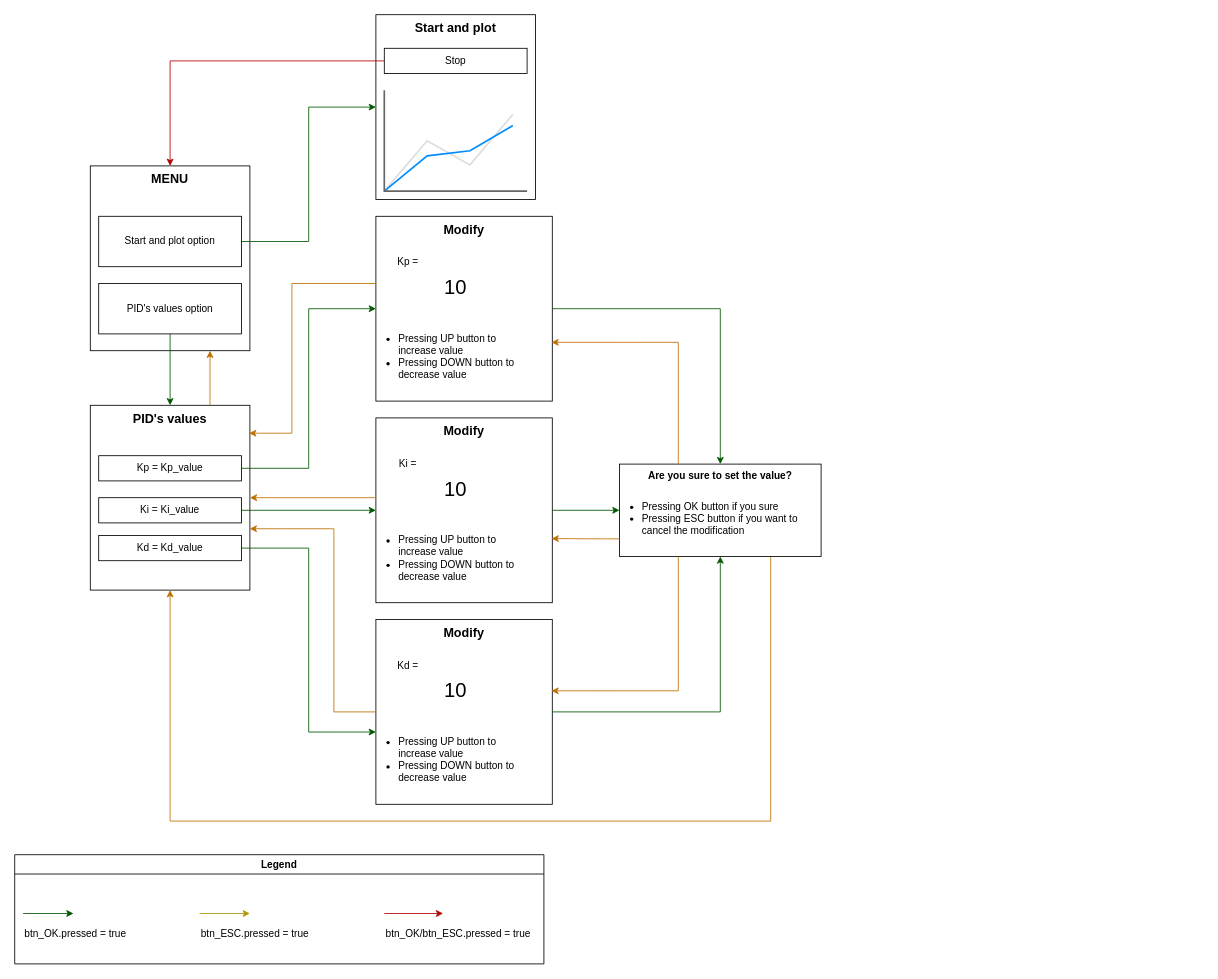
Earlier version of the draw.io diagram page "UI tree" (2 of 3) of diagrams/SBR_blockDiagram.drawio (Vinh1222001/Self_balancing_Robot). Source tidied: cells renumbered, new cells numbered last; positions are measured from the earlier drawing's top-left corner, leaving out a move shared by most shapes. Both pictures are drawn from the tidied source at 84%, with x=0, y=0 at pixel (14, 14).
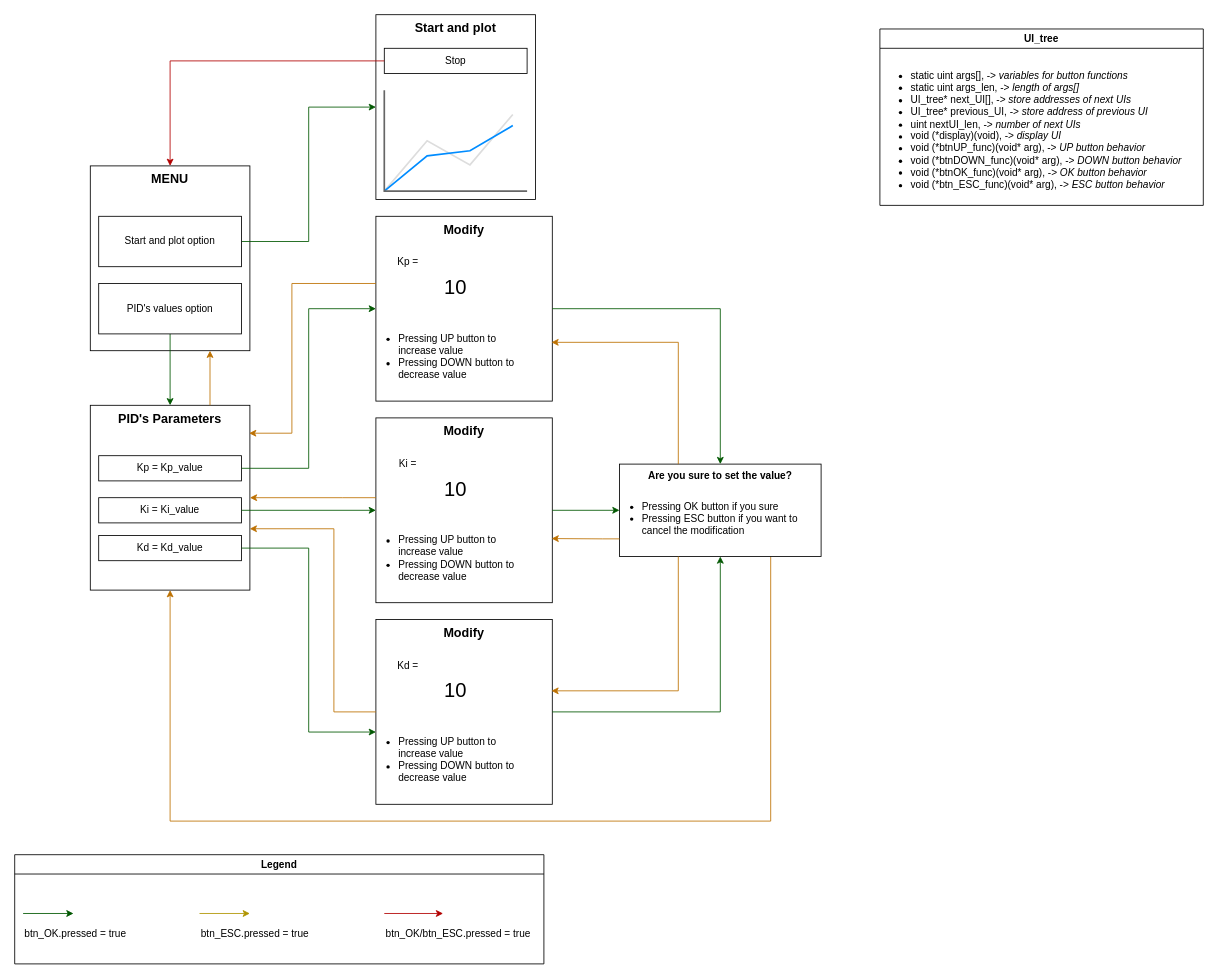
The same page after the edit.

Unchanged cells that the change refers to:
```xml
<mxCell id="7" style="group;" parent="1" vertex="1">
  <mxGeometry x="90" y="465" width="190" height="220" as="geometry" />
</mxCell>
```

What changed in the source:
```diff
@@
-    <mxCell id="8" value="&lt;span style=&quot;font-size: 15px;&quot;&gt;&lt;b&gt;PID's values&lt;/b&gt;&lt;/span&gt;" style="rounded=0;whiteSpace=wrap;html=1;verticalAlign=top;" parent="7" vertex="1">
+    <mxCell id="8" value="&lt;span style=&quot;font-size: 15px;&quot;&gt;&lt;b&gt;PID's Parameters&lt;/b&gt;&lt;/span&gt;" style="rounded=0;whiteSpace=wrap;html=1;verticalAlign=top;" parent="7" vertex="1">
       <mxGeometry width="190" height="220" as="geometry" />
     </mxCell>
@@
+    <mxCell id="55" value="UI_tree" style="swimlane;whiteSpace=wrap;html=1;" parent="1" vertex="1">
+      <mxGeometry x="1030" y="17" width="385" height="210" as="geometry" />
+    </mxCell>
+    <mxCell id="56" value="&lt;div align=&quot;left&quot;&gt;&lt;ul&gt;&lt;li&gt;static uint args[], -&amp;gt; &lt;i&gt;variables for button functions&lt;/i&gt;&lt;br&gt;&lt;/li&gt;&lt;li&gt;static uint args_len, -&amp;gt; &lt;i&gt;length of args[]&lt;/i&gt;&lt;br&gt;&lt;/li&gt;&lt;li&gt;UI_tree* next_UI[], -&amp;gt; &lt;i&gt;store addresses of next UIs&lt;/i&gt;&lt;br&gt;&lt;/li&gt;&lt;li&gt;UI_tree* previous_UI, -&amp;gt; &lt;i&gt;store address of previous UI&lt;/i&gt;&lt;br&gt;&lt;/li&gt;&lt;li&gt;uint nextUI_len, -&amp;gt; &lt;i&gt;number of next UIs&lt;/i&gt;&lt;/li&gt;&lt;li&gt;void (*display)(void), -&amp;gt; &lt;i&gt;display UI&lt;/i&gt;&lt;br&gt;&lt;/li&gt;&lt;li&gt;void (*btnUP_func)(void* arg), -&amp;gt; &lt;i&gt;UP button behavior&lt;/i&gt;&lt;br&gt;&lt;/li&gt;&lt;li&gt;void (*btnDOWN_func)(void* arg), -&amp;gt; &lt;i&gt;DOWN button behavior&lt;/i&gt;&lt;br&gt;&lt;/li&gt;&lt;li&gt;void (*btnOK_func)(void* arg), -&amp;gt; &lt;i&gt;OK button behavior&lt;/i&gt;&lt;br&gt;&lt;/li&gt;&lt;li&gt;void (*btn_ESC_func)(void* arg), -&amp;gt; &lt;i&gt;ESC button behavior&lt;/i&gt;&lt;br&gt;&lt;/li&gt;&lt;/ul&gt;&lt;/div&gt;" style="text;html=1;align=left;verticalAlign=top;strokeColor=none;fillColor=none;" parent="55" vertex="1">
+      <mxGeometry x="-5" y="30" width="390" height="180" as="geometry" />
+    </mxCell>
```
